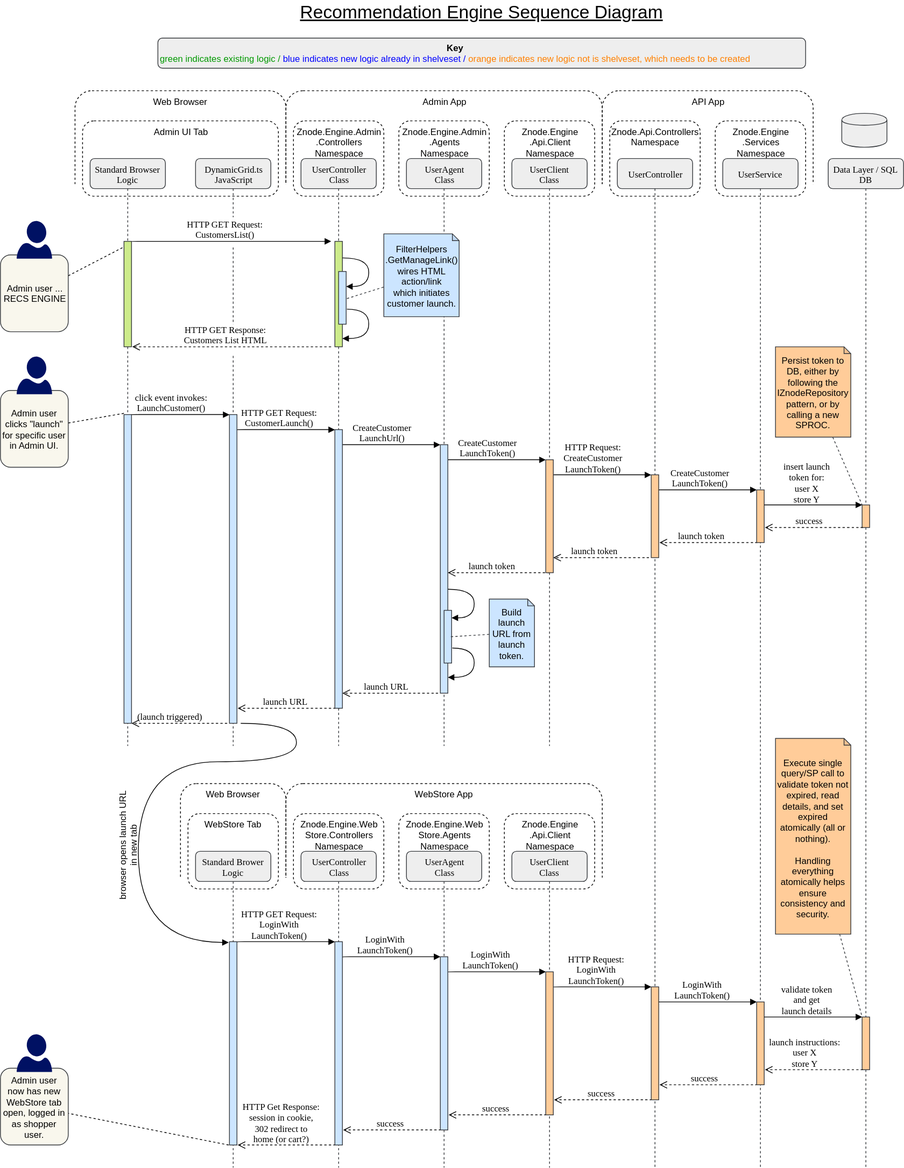
The draw.io diagram docs/_assets/sequence-diagram.svg in bsmith1310/znode-recs-engine-docs, before a commit. Source tidied: cells renumbered, new cells last; positions are measured from the earlier drawing's top-left corner, leaving out a move shared by most shapes.
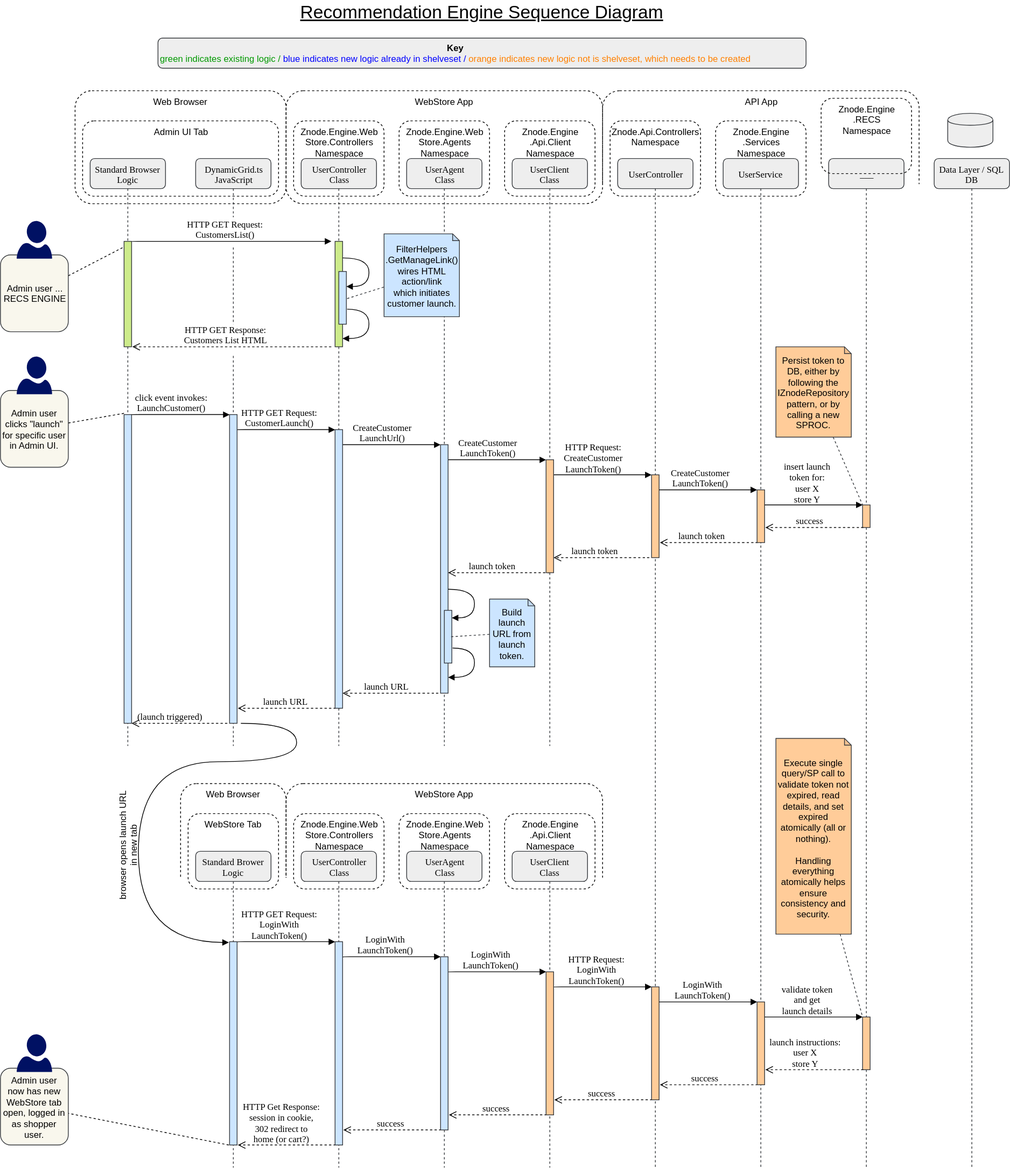
The same file after the commit.

The edit, as a diff of the source:
```diff
@@ -2,6 +2,15 @@
   <root>
     <mxCell id="0" />
     <mxCell id="1" parent="0" />
+    <mxCell id="10" value="API App" style="rounded=1;whiteSpace=wrap;html=1;verticalAlign=top;fillColor=none;dashed=1;" parent="1" vertex="1">
+      <mxGeometry x="799" y="120" width="420" height="150" as="geometry" />
+    </mxCell>
+    <mxCell id="11" style="rounded=0;whiteSpace=wrap;html=1;dashed=1;fillColor=#ffffff;strokeColor=none;" parent="1" vertex="1">
+      <mxGeometry x="89" y="244" width="1140" height="30" as="geometry" />
+    </mxCell>
+    <mxCell id="35" value="___" style="shape=umlLifeline;perimeter=lifelinePerimeter;whiteSpace=wrap;html=1;rounded=1;shadow=0;comic=0;labelBackgroundColor=none;strokeColor=#36393d;strokeWidth=1;fillColor=#eeeeee;fontFamily=Verdana;fontSize=12;align=center;" parent="1" vertex="1">
+      <mxGeometry x="1099" y="210" width="100" height="1340" as="geometry" />
+    </mxCell>
     <mxCell id="2" value="Web Browser" style="rounded=1;whiteSpace=wrap;html=1;verticalAlign=top;fillColor=none;dashed=1;" parent="1" vertex="1">
       <mxGeometry x="239" y="1040" width="140" height="150" as="geometry" />
     </mxCell>
@@ -38,15 +47,9 @@
     <mxCell id="8" value="Web Browser" style="rounded=1;whiteSpace=wrap;html=1;verticalAlign=top;fillColor=none;dashed=1;" parent="1" vertex="1">
       <mxGeometry x="99" y="120" width="280" height="150" as="geometry" />
     </mxCell>
-    <mxCell id="9" value="Admin App" style="rounded=1;whiteSpace=wrap;html=1;verticalAlign=top;fillColor=none;dashed=1;" parent="1" vertex="1">
+    <mxCell id="9" value="WebStore App" style="rounded=1;whiteSpace=wrap;html=1;verticalAlign=top;fillColor=none;dashed=1;" parent="1" vertex="1">
       <mxGeometry x="379" y="120" width="420" height="150" as="geometry" />
     </mxCell>
-    <mxCell id="10" value="API App" style="rounded=1;whiteSpace=wrap;html=1;verticalAlign=top;fillColor=none;dashed=1;" parent="1" vertex="1">
-      <mxGeometry x="799" y="120" width="280" height="150" as="geometry" />
-    </mxCell>
-    <mxCell id="11" style="rounded=0;whiteSpace=wrap;html=1;dashed=1;fillColor=#ffffff;strokeColor=none;" parent="1" vertex="1">
-      <mxGeometry x="89" y="244" width="1010" height="30" as="geometry" />
-    </mxCell>
     <mxCell id="12" value="CreateCustomer&lt;br&gt;LaunchToken()&lt;br&gt;" style="html=1;verticalAlign=bottom;endArrow=block;entryX=0;entryY=0;labelBackgroundColor=none;fontFamily=Verdana;fontSize=12;edgeStyle=elbowEdgeStyle;elbow=vertical;" parent="1" edge="1">
       <mxGeometry relative="1" as="geometry">
         <mxPoint x="589" y="610" as="sourcePoint" />
@@ -74,7 +77,7 @@
     <mxCell id="18" style="rounded=0;whiteSpace=wrap;html=1;dashed=1;fillColor=#ffffff;strokeColor=none;" parent="1" vertex="1">
       <mxGeometry x="244" y="430" width="120" height="40" as="geometry" />
     </mxCell>
-    <mxCell id="19" value="Znode.Engine.Admin&lt;br&gt;.Agents&lt;br&gt;Namespace&lt;br&gt;" style="rounded=1;whiteSpace=wrap;html=1;verticalAlign=top;fillColor=none;dashed=1;" parent="1" vertex="1">
+    <mxCell id="19" value="Znode.Engine.Web&lt;br&gt;Store.Agents&lt;br&gt;Namespace" style="rounded=1;whiteSpace=wrap;html=1;verticalAlign=top;fillColor=none;dashed=1;" parent="1" vertex="1">
       <mxGeometry x="529" y="160" width="120" height="100" as="geometry" />
     </mxCell>
     <mxCell id="20" value="UserAgent&lt;br&gt;Class&lt;br&gt;" style="shape=umlLifeline;perimeter=lifelinePerimeter;whiteSpace=wrap;html=1;rounded=1;shadow=0;comic=0;labelBackgroundColor=none;strokeColor=#36393d;strokeWidth=1;fillColor=#eeeeee;fontFamily=Verdana;fontSize=12;align=center;" parent="1" vertex="1">
@@ -95,7 +98,7 @@
     <mxCell id="25" value="Znode.Engine&lt;br&gt;.Api.Client&lt;br&gt;Namespace&lt;br&gt;" style="rounded=1;whiteSpace=wrap;html=1;verticalAlign=top;fillColor=none;dashed=1;" parent="1" vertex="1">
       <mxGeometry x="669" y="160" width="120" height="100" as="geometry" />
     </mxCell>
-    <mxCell id="26" value="Znode.Engine.Admin&lt;br&gt;.Controllers&lt;br&gt;Namespace&lt;br&gt;" style="rounded=1;whiteSpace=wrap;html=1;verticalAlign=top;fillColor=none;dashed=1;" parent="1" vertex="1">
+    <mxCell id="26" value="Znode.Engine.Web&lt;br&gt;Store.Controllers&lt;br&gt;Namespace" style="rounded=1;whiteSpace=wrap;html=1;verticalAlign=top;fillColor=none;dashed=1;" parent="1" vertex="1">
       <mxGeometry x="389" y="160" width="120" height="100" as="geometry" />
     </mxCell>
     <mxCell id="27" value="Znode.Engine&lt;br&gt;.Services&lt;br&gt;Namespace&lt;br&gt;" style="rounded=1;whiteSpace=wrap;html=1;verticalAlign=top;fillColor=none;dashed=1;" parent="1" vertex="1">
@@ -134,9 +137,6 @@
     <mxCell id="34" style="html=1;perimeter=orthogonalPerimeter;rounded=0;shadow=0;comic=0;labelBackgroundColor=none;strokeColor=#36393d;strokeWidth=1;fillColor=#ffcc99;fontFamily=Verdana;fontSize=12;align=center;" parent="33" vertex="1">
       <mxGeometry x="45" y="420" width="10" height="110" as="geometry" />
     </mxCell>
-    <mxCell id="35" value="Data Layer / SQL DB" style="shape=umlLifeline;perimeter=lifelinePerimeter;whiteSpace=wrap;html=1;rounded=1;shadow=0;comic=0;labelBackgroundColor=none;strokeColor=#36393d;strokeWidth=1;fillColor=#eeeeee;fontFamily=Verdana;fontSize=12;align=center;" parent="1" vertex="1">
-      <mxGeometry x="1099" y="210" width="100" height="1340" as="geometry" />
-    </mxCell>
     <mxCell id="36" style="html=1;points=[];perimeter=orthogonalPerimeter;rounded=0;shadow=0;comic=0;labelBackgroundColor=none;strokeColor=#36393d;strokeWidth=1;fillColor=#ffcc99;fontFamily=Verdana;fontSize=12;align=center;" parent="1" vertex="1">
       <mxGeometry x="1144" y="670" width="10" height="30" as="geometry" />
     </mxCell>
@@ -415,9 +415,6 @@
         </Array>
       </mxGeometry>
     </mxCell>
-    <mxCell id="86" style="shape=cylinder;whiteSpace=wrap;html=1;boundedLbl=1;backgroundOutline=1;rounded=1;fillColor=#eeeeee;strokeColor=#36393d;" parent="1" vertex="1">
-      <mxGeometry x="1117" y="150" width="60" height="45" as="geometry" />
-    </mxCell>
     <mxCell id="87" value="WebStore Tab&lt;br&gt;" style="rounded=1;whiteSpace=wrap;html=1;verticalAlign=top;fillColor=none;dashed=1;" parent="1" vertex="1">
       <mxGeometry x="249" y="1080" width="120" height="100" as="geometry" />
     </mxCell>
@@ -490,5 +487,14 @@
     <mxCell id="105" value="browser opens launch URL&lt;br&gt;in new tab" style="text;html=1;strokeColor=none;fillColor=none;align=center;verticalAlign=middle;whiteSpace=wrap;rounded=0;fontSize=12;rotation=-90;" parent="1" vertex="1">
       <mxGeometry x="79" y="1115" width="180" height="15" as="geometry" />
     </mxCell>
+    <mxCell id="106" value="Data Layer / SQL DB" style="shape=umlLifeline;perimeter=lifelinePerimeter;whiteSpace=wrap;html=1;rounded=1;shadow=0;comic=0;labelBackgroundColor=none;strokeColor=#36393d;strokeWidth=1;fillColor=#eeeeee;fontFamily=Verdana;fontSize=12;align=center;" parent="1" vertex="1">
+      <mxGeometry x="1239" y="210" width="100" height="1340" as="geometry" />
+    </mxCell>
+    <mxCell id="107" style="shape=cylinder;whiteSpace=wrap;html=1;boundedLbl=1;backgroundOutline=1;rounded=1;fillColor=#eeeeee;strokeColor=#36393d;" parent="1" vertex="1">
+      <mxGeometry x="1257" y="150" width="60" height="45" as="geometry" />
+    </mxCell>
+    <mxCell id="108" value="Znode.Engine&lt;br&gt;.RECS&lt;br&gt;Namespace" style="rounded=1;whiteSpace=wrap;html=1;verticalAlign=top;fillColor=none;dashed=1;" parent="1" vertex="1">
+      <mxGeometry x="1089" y="130" width="120" height="100" as="geometry" />
+    </mxCell>
   </root>
 </mxGraphModel>
```
